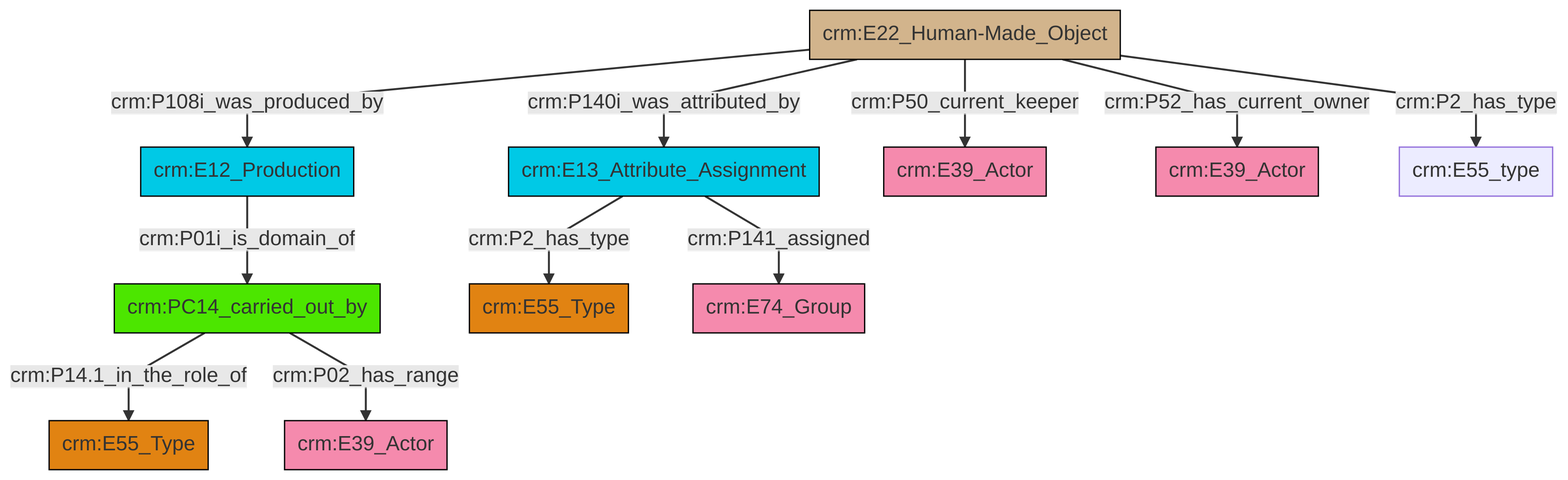
Earlier version of the Mermaid export et/artworkCSV/ttl/mmd/png/Artwork_Actor_Relations.png (swiss-art-research-net/docs.swissartresearch). Its source is kept beside it as et/artworkCSV/ttl/mmd/Artwork_Actor_Relations.ttl.mmd.
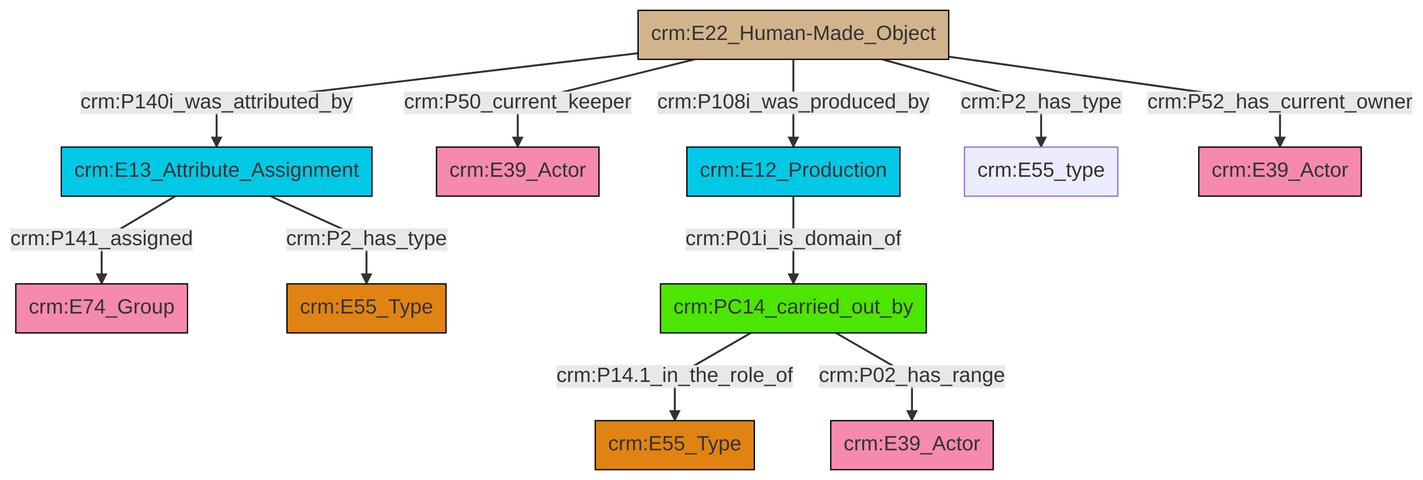
Later version of the same file.

Change to the diagram source:
```diff
@@ -13,13 +13,13 @@
 classDef PC_Classes fill:#4ce600, stroke:#000000;
 classDef Multi fill:#cccccc,stroke:#000000;
 
-0["crm:E12_Production"]:::Temporal_Entity -->|crm:P01i_is_domain_of| 1["crm:PC14_carried_out_by"]:::PC_Classes
-4["crm:E13_Attribute_Assignment"]:::Temporal_Entity -->|crm:P141_assigned| 5["crm:E74_Group"]:::Actor
-6["crm:E22_Human-Made_Object"]:::Physical_Thing -->|crm:P108i_was_produced_by| 0["crm:E12_Production"]:::Temporal_Entity
-4["crm:E13_Attribute_Assignment"]:::Temporal_Entity -->|crm:P2_has_type| 2["crm:E55_Type"]:::Type
-1["crm:PC14_carried_out_by"]:::PC_Classes -->|crm:P14.1_in_the_role_of| 7["crm:E55_Type"]:::Type
-6["crm:E22_Human-Made_Object"]:::Physical_Thing -->|crm:P52_has_current_owner| 11["crm:E39_Actor"]:::Actor
-6["crm:E22_Human-Made_Object"]:::Physical_Thing -->|crm:P2_has_type| 13["crm:E55_type"]:::Default
-1["crm:PC14_carried_out_by"]:::PC_Classes -->|crm:P02_has_range| 15["crm:E39_Actor"]:::Actor
-6["crm:E22_Human-Made_Object"]:::Physical_Thing -->|crm:P50_current_keeper| 9["crm:E39_Actor"]:::Actor
-6["crm:E22_Human-Made_Object"]:::Physical_Thing -->|crm:P140i_was_attributed_by| 4["crm:E13_Attribute_Assignment"]:::Temporal_Entity
+4["crm:E22_Human-Made_Object"]:::Physical_Thing -->|crm:P140i_was_attributed_by| 5["crm:E13_Attribute_Assignment"]:::Temporal_Entity
+6["crm:PC14_carried_out_by"]:::PC_Classes -->|crm:P14.1_in_the_role_of| 7["crm:E55_Type"]:::Type
+4["crm:E22_Human-Made_Object"]:::Physical_Thing -->|crm:P50_current_keeper| 8["crm:E39_Actor"]:::Actor
+12["crm:E12_Production"]:::Temporal_Entity -->|crm:P01i_is_domain_of| 6["crm:PC14_carried_out_by"]:::PC_Classes
+4["crm:E22_Human-Made_Object"]:::Physical_Thing -->|crm:P2_has_type| 15["crm:E55_type"]:::Default
+6["crm:PC14_carried_out_by"]:::PC_Classes -->|crm:P02_has_range| 9["crm:E39_Actor"]:::Actor
+4["crm:E22_Human-Made_Object"]:::Physical_Thing -->|crm:P108i_was_produced_by| 12["crm:E12_Production"]:::Temporal_Entity
+4["crm:E22_Human-Made_Object"]:::Physical_Thing -->|crm:P52_has_current_owner| 18["crm:E39_Actor"]:::Actor
+5["crm:E13_Attribute_Assignment"]:::Temporal_Entity -->|crm:P141_assigned| 0["crm:E74_Group"]:::Actor
+5["crm:E13_Attribute_Assignment"]:::Temporal_Entity -->|crm:P2_has_type| 2["crm:E55_Type"]:::Type
```
